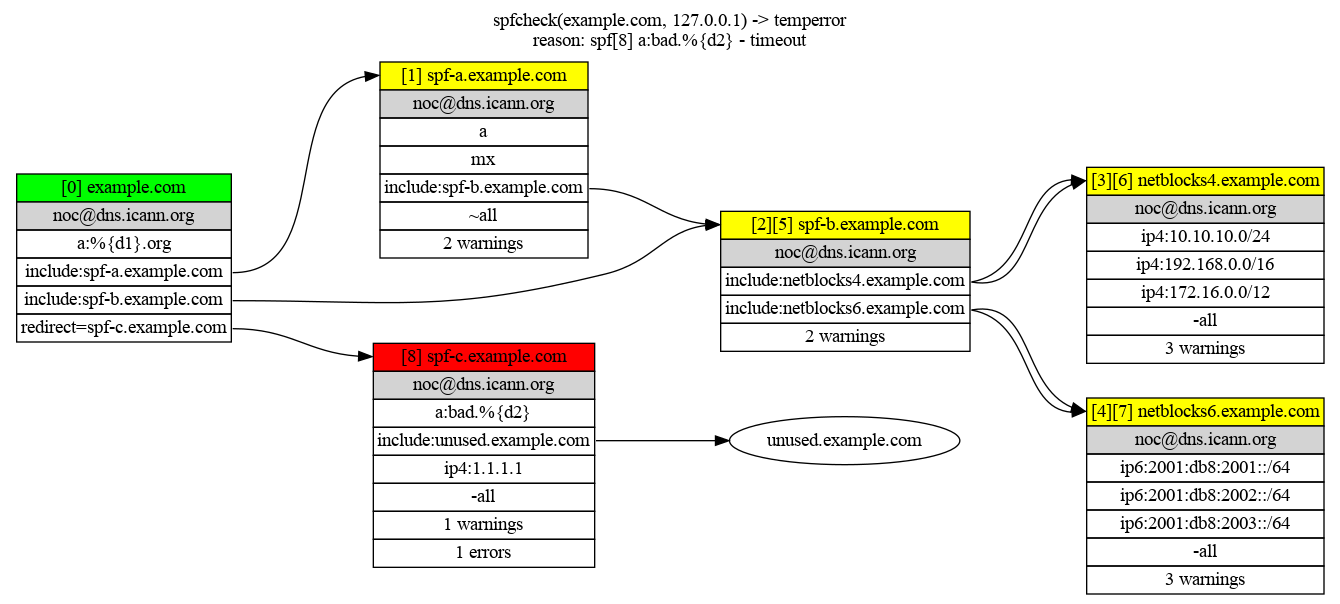
Earlier version of the Graphviz export assets/example.com.dot.png (hertogp/spfcheck). Its source is kept beside it as assets/example.com.dot.
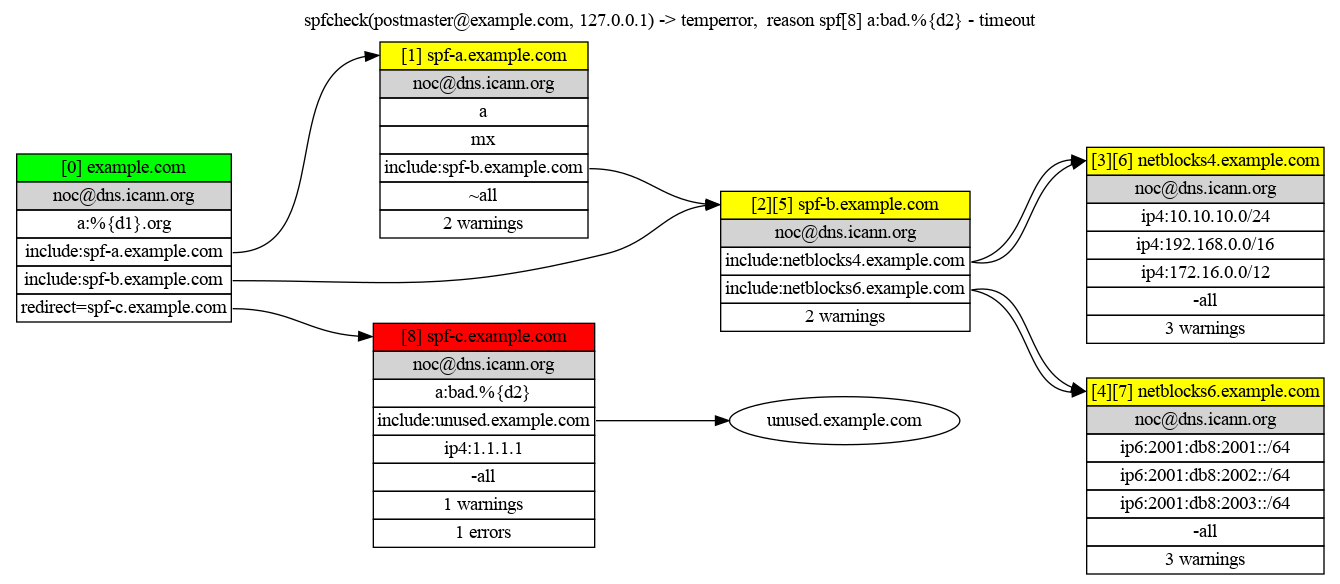
Later version of the same file.

Change to the diagram source:
```diff
@@ -1,119 +1,26 @@
 digraph SPF {
-  label="spfcheck(example.com, 127.0.0.1) -> temperror
-reason: spf[8] a:bad.%{d2} - timeout";
+  label="spfcheck(postmaster@example.com, 127.0.0.1) -> temperror,  reason spf[8] a:bad.%{d2} - timeout
+";
   labelloc="t";
   rankdir="LR";
   ranksep="1.0 equally";
 
-  "spf-c.example.com" [label=<
+  "example.com" [label=<
   <TABLE BORDER="0" CELLBORDER="1" CELLSPACING="0">
-  <TR><TD PORT="TOP" BGCOLOR="red">[8] spf-c.example.com</TD></TR>
+  <TR><TD PORT="TOP" BGCOLOR="green">[0] example.com</TD></TR>
   <TR><TD BGCOLOR="lightgray">noc@dns.icann.org</TD></TR>
-  <TR><TD>a:bad.%{d2}</TD></TR>
-  <TR><TD PORT="1">include:unused.example.com</TD></TR>
-  <TR><TD>ip4:1.1.1.1</TD></TR>
-  <TR><TD>-all</TD></TR>
-  <TR><TD>1 warnings</TD></TR>
-  <TR><TD>1 errors</TD></TR>
-  </TABLE>
-  >, shape="plaintext"];
+  <TR><TD>a:%{d1}.org</TD></TR>
+  <TR><TD PORT="1">include:spf-a.example.com</TD></TR>
+  <TR><TD PORT="2">include:spf-b.example.com</TD></TR>
+  <TR><TD PORT="3">redirect=spf-c.example.com</TD></TR>
 
-  "spf-c.example.com":"1" -> "unused.example.com":"TOP";
-
-
-"netblocks6.example.com" [label=<
-  <TABLE BORDER="0" CELLBORDER="1" CELLSPACING="0">
-  <TR><TD PORT="TOP" BGCOLOR="yellow">[4][7] netblocks6.example.com</TD></TR>
-  <TR><TD BGCOLOR="lightgray">noc@dns.icann.org</TD></TR>
-  <TR><TD>ip6:2001:db8:2001::/64</TD></TR>
-  <TR><TD>ip6:2001:db8:2002::/64</TD></TR>
-  <TR><TD>ip6:2001:db8:2003::/64</TD></TR>
-  <TR><TD>-all</TD></TR>
-  <TR><TD>3 warnings</TD></TR>
 
   </TABLE>
   >, shape="plaintext"];
 
-
-
-
-"netblocks4.example.com" [label=<
-  <TABLE BORDER="0" CELLBORDER="1" CELLSPACING="0">
-  <TR><TD PORT="TOP" BGCOLOR="yellow">[3][6] netblocks4.example.com</TD></TR>
-  <TR><TD BGCOLOR="lightgray">noc@dns.icann.org</TD></TR>
-  <TR><TD>ip4:10.10.10.0/24</TD></TR>
-  <TR><TD>ip4:192.168.0.0/16</TD></TR>
-  <TR><TD>ip4:172.16.0.0/12</TD></TR>
-  <TR><TD>-all</TD></TR>
-  <TR><TD>3 warnings</TD></TR>
-
-  </TABLE>
-  >, shape="plaintext"];
-
-
-
-
-"spf-b.example.com" [label=<
-  <TABLE BORDER="0" CELLBORDER="1" CELLSPACING="0">
-  <TR><TD PORT="TOP" BGCOLOR="yellow">[2][5] spf-b.example.com</TD></TR>
-  <TR><TD BGCOLOR="lightgray">noc@dns.icann.org</TD></TR>
-  <TR><TD PORT="0">include:netblocks4.example.com</TD></TR>
-  <TR><TD PORT="1">include:netblocks6.example.com</TD></TR>
-  <TR><TD>2 warnings</TD></TR>
-
-  </TABLE>
-  >, shape="plaintext"];
-
-  "spf-b.example.com":"0" -> "netblocks4.example.com":"TOP";
-  "spf-b.example.com":"1" -> "netblocks6.example.com":"TOP";
-
-
-"netblocks6.example.com" [label=<
-  <TABLE BORDER="0" CELLBORDER="1" CELLSPACING="0">
-  <TR><TD PORT="TOP" BGCOLOR="yellow">[4][7] netblocks6.example.com</TD></TR>
-  <TR><TD BGCOLOR="lightgray">noc@dns.icann.org</TD></TR>
-  <TR><TD>ip6:2001:db8:2001::/64</TD></TR>
-  <TR><TD>ip6:2001:db8:2002::/64</TD></TR>
-  <TR><TD>ip6:2001:db8:2003::/64</TD></TR>
-  <TR><TD>-all</TD></TR>
-  <TR><TD>3 warnings</TD></TR>
-
-  </TABLE>
-  >, shape="plaintext"];
-
-
-
-
-"netblocks4.example.com" [label=<
-  <TABLE BORDER="0" CELLBORDER="1" CELLSPACING="0">
-  <TR><TD PORT="TOP" BGCOLOR="yellow">[3][6] netblocks4.example.com</TD></TR>
-  <TR><TD BGCOLOR="lightgray">noc@dns.icann.org</TD></TR>
-  <TR><TD>ip4:10.10.10.0/24</TD></TR>
-  <TR><TD>ip4:192.168.0.0/16</TD></TR>
-  <TR><TD>ip4:172.16.0.0/12</TD></TR>
-  <TR><TD>-all</TD></TR>
-  <TR><TD>3 warnings</TD></TR>
-
-  </TABLE>
-  >, shape="plaintext"];
-
-
-
-
-"spf-b.example.com" [label=<
-  <TABLE BORDER="0" CELLBORDER="1" CELLSPACING="0">
-  <TR><TD PORT="TOP" BGCOLOR="yellow">[2][5] spf-b.example.com</TD></TR>
-  <TR><TD BGCOLOR="lightgray">noc@dns.icann.org</TD></TR>
-  <TR><TD PORT="0">include:netblocks4.example.com</TD></TR>
-  <TR><TD PORT="1">include:netblocks6.example.com</TD></TR>
-  <TR><TD>2 warnings</TD></TR>
-
-  </TABLE>
-  >, shape="plaintext"];
-
-  "spf-b.example.com":"0" -> "netblocks4.example.com":"TOP";
-  "spf-b.example.com":"1" -> "netblocks6.example.com":"TOP";
-
+  "example.com":"1" -> "spf-a.example.com":"TOP";
+  "example.com":"2" -> "spf-b.example.com":"TOP";
+  "example.com":"3" -> "spf-c.example.com":"TOP";
 
 "spf-a.example.com" [label=<
   <TABLE BORDER="0" CELLBORDER="1" CELLSPACING="0">
@@ -130,23 +37,98 @@
 
   "spf-a.example.com":"2" -> "spf-b.example.com":"TOP";
 
-
-"example.com" [label=<
+"spf-b.example.com" [label=<
   <TABLE BORDER="0" CELLBORDER="1" CELLSPACING="0">
-  <TR><TD PORT="TOP" BGCOLOR="green">[0] example.com</TD></TR>
+  <TR><TD PORT="TOP" BGCOLOR="yellow">[2][5] spf-b.example.com</TD></TR>
   <TR><TD BGCOLOR="lightgray">noc@dns.icann.org</TD></TR>
-  <TR><TD>a:%{d1}.org</TD></TR>
-  <TR><TD PORT="1">include:spf-a.example.com</TD></TR>
-  <TR><TD PORT="2">include:spf-b.example.com</TD></TR>
-  <TR><TD PORT="3">redirect=spf-c.example.com</TD></TR>
-
+  <TR><TD PORT="0">include:netblocks4.example.com</TD></TR>
+  <TR><TD PORT="1">include:netblocks6.example.com</TD></TR>
+  <TR><TD>2 warnings</TD></TR>
 
   </TABLE>
   >, shape="plaintext"];
 
-  "example.com":"1" -> "spf-a.example.com":"TOP";
-  "example.com":"2" -> "spf-b.example.com":"TOP";
-  "example.com":"3" -> "spf-c.example.com":"TOP";
+  "spf-b.example.com":"0" -> "netblocks4.example.com":"TOP";
+  "spf-b.example.com":"1" -> "netblocks6.example.com":"TOP";
 
+"netblocks4.example.com" [label=<
+  <TABLE BORDER="0" CELLBORDER="1" CELLSPACING="0">
+  <TR><TD PORT="TOP" BGCOLOR="yellow">[3][6] netblocks4.example.com</TD></TR>
+  <TR><TD BGCOLOR="lightgray">noc@dns.icann.org</TD></TR>
+  <TR><TD>ip4:10.10.10.0/24</TD></TR>
+  <TR><TD>ip4:192.168.0.0/16</TD></TR>
+  <TR><TD>ip4:172.16.0.0/12</TD></TR>
+  <TR><TD>-all</TD></TR>
+  <TR><TD>3 warnings</TD></TR>
 
+  </TABLE>
+  >, shape="plaintext"];
+
+"netblocks6.example.com" [label=<
+  <TABLE BORDER="0" CELLBORDER="1" CELLSPACING="0">
+  <TR><TD PORT="TOP" BGCOLOR="yellow">[4][7] netblocks6.example.com</TD></TR>
+  <TR><TD BGCOLOR="lightgray">noc@dns.icann.org</TD></TR>
+  <TR><TD>ip6:2001:db8:2001::/64</TD></TR>
+  <TR><TD>ip6:2001:db8:2002::/64</TD></TR>
+  <TR><TD>ip6:2001:db8:2003::/64</TD></TR>
+  <TR><TD>-all</TD></TR>
+  <TR><TD>3 warnings</TD></TR>
+
+  </TABLE>
+  >, shape="plaintext"];
+
+"spf-b.example.com" [label=<
+  <TABLE BORDER="0" CELLBORDER="1" CELLSPACING="0">
+  <TR><TD PORT="TOP" BGCOLOR="yellow">[2][5] spf-b.example.com</TD></TR>
+  <TR><TD BGCOLOR="lightgray">noc@dns.icann.org</TD></TR>
+  <TR><TD PORT="0">include:netblocks4.example.com</TD></TR>
+  <TR><TD PORT="1">include:netblocks6.example.com</TD></TR>
+  <TR><TD>2 warnings</TD></TR>
+
+  </TABLE>
+  >, shape="plaintext"];
+
+  "spf-b.example.com":"0" -> "netblocks4.example.com":"TOP";
+  "spf-b.example.com":"1" -> "netblocks6.example.com":"TOP";
+
+"netblocks4.example.com" [label=<
+  <TABLE BORDER="0" CELLBORDER="1" CELLSPACING="0">
+  <TR><TD PORT="TOP" BGCOLOR="yellow">[3][6] netblocks4.example.com</TD></TR>
+  <TR><TD BGCOLOR="lightgray">noc@dns.icann.org</TD></TR>
+  <TR><TD>ip4:10.10.10.0/24</TD></TR>
+  <TR><TD>ip4:192.168.0.0/16</TD></TR>
+  <TR><TD>ip4:172.16.0.0/12</TD></TR>
+  <TR><TD>-all</TD></TR>
+  <TR><TD>3 warnings</TD></TR>
+
+  </TABLE>
+  >, shape="plaintext"];
+
+"netblocks6.example.com" [label=<
+  <TABLE BORDER="0" CELLBORDER="1" CELLSPACING="0">
+  <TR><TD PORT="TOP" BGCOLOR="yellow">[4][7] netblocks6.example.com</TD></TR>
+  <TR><TD BGCOLOR="lightgray">noc@dns.icann.org</TD></TR>
+  <TR><TD>ip6:2001:db8:2001::/64</TD></TR>
+  <TR><TD>ip6:2001:db8:2002::/64</TD></TR>
+  <TR><TD>ip6:2001:db8:2003::/64</TD></TR>
+  <TR><TD>-all</TD></TR>
+  <TR><TD>3 warnings</TD></TR>
+
+  </TABLE>
+  >, shape="plaintext"];
+
+"spf-c.example.com" [label=<
+  <TABLE BORDER="0" CELLBORDER="1" CELLSPACING="0">
+  <TR><TD PORT="TOP" BGCOLOR="red">[8] spf-c.example.com</TD></TR>
+  <TR><TD BGCOLOR="lightgray">noc@dns.icann.org</TD></TR>
+  <TR><TD>a:bad.%{d2}</TD></TR>
+  <TR><TD PORT="1">include:unused.example.com</TD></TR>
+  <TR><TD>ip4:1.1.1.1</TD></TR>
+  <TR><TD>-all</TD></TR>
+  <TR><TD>1 warnings</TD></TR>
+  <TR><TD>1 errors</TD></TR>
+  </TABLE>
+  >, shape="plaintext"];
+
+  "spf-c.example.com":"1" -> "unused.example.com":"TOP";
   }
```
